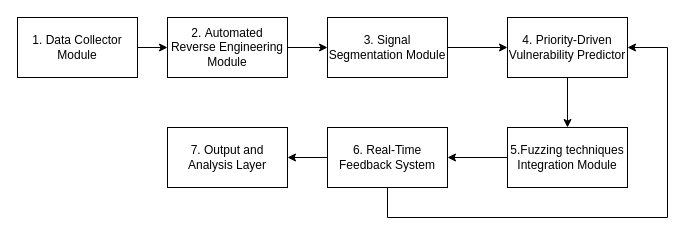
Above: Untitled Diagram.drawio in Asabeneh/30-Days-Of-Python (draw.io), before the change. Source tidied: cells renumbered, new cells numbered last; positions are measured from the earlier drawing's top-left corner, leaving out a move shared by most shapes. Both pictures are drawn from the tidied source at 100%, with x=0, y=0 at pixel (17, 17).
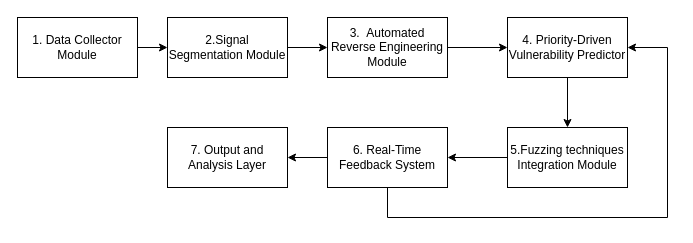
After the change.

Diff of the diagram source:
```diff
@@
 <mxGraphModel>
   <root>
     <mxCell id="0" />
     <mxCell id="1" parent="0" />
     <mxCell id="2" style="edgeStyle=orthogonalEdgeStyle;rounded=0;jettySize=auto;html=1;" parent="1" edge="1" source="3" target="5">
       <mxGeometry relative="1" as="geometry" />
     </mxCell>
-    <mxCell id="3" value="2.&amp;nbsp;Automated Reverse Engineering Module" style="rounded=0;whiteSpace=wrap;html=1;" parent="1" vertex="1">
+    <mxCell id="3" value="2.Signal Segmentation Module&lt;br&gt;" style="rounded=0;whiteSpace=wrap;html=1;" parent="1" vertex="1">
       <mxGeometry x="150" width="120" height="60" as="geometry" />
     </mxCell>
     <mxCell id="4" style="edgeStyle=orthogonalEdgeStyle;rounded=0;jettySize=auto;html=1;" parent="1" edge="1" source="5" target="7">
       <mxGeometry relative="1" as="geometry" />
     </mxCell>
-    <mxCell id="5" value="3.&amp;nbsp;Signal Segmentation Module" style="rounded=0;whiteSpace=wrap;html=1;" parent="1" vertex="1">
+    <mxCell id="5" value="3.&amp;nbsp;&amp;nbsp;Automated Reverse Engineering Module" style="rounded=0;whiteSpace=wrap;html=1;" parent="1" vertex="1">
       <mxGeometry x="310" width="120" height="60" as="geometry" />
     </mxCell>
     <mxCell id="6" style="edgeStyle=orthogonalEdgeStyle;rounded=0;jettySize=auto;html=1;" parent="1" edge="1" source="7" target="9">
       <mxGeometry relative="1" as="geometry" />
     </mxCell>
     <mxCell id="7" value="4.&amp;nbsp;Priority-Driven Vulnerability Predictor" style="rounded=0;whiteSpace=wrap;html=1;" parent="1" vertex="1">
       <mxGeometry x="490" width="120" height="60" as="geometry" />
     </mxCell>
     <mxCell id="8" style="edgeStyle=orthogonalEdgeStyle;rounded=0;jettySize=auto;html=1;" parent="1" edge="1" source="9" target="14">
       <mxGeometry relative="1" as="geometry" />
     </mxCell>
     <mxCell id="9" value="5.Fuzzing techniques Integration Module" style="rounded=0;whiteSpace=wrap;html=1;" parent="1" vertex="1">
       <mxGeometry x="490" y="110" width="120" height="60" as="geometry" />
     </mxCell>
     <mxCell id="10" style="edgeStyle=orthogonalEdgeStyle;rounded=0;jettySize=auto;html=1;" parent="1" edge="1" source="11" target="3">
       <mxGeometry relative="1" as="geometry" />
     </mxCell>
     <mxCell id="11" value="1.&amp;nbsp;Data Collector Module" style="rounded=0;whiteSpace=wrap;html=1;" parent="1" vertex="1">
       <mxGeometry width="120" height="60" as="geometry" />
     </mxCell>
     <mxCell id="12" style="edgeStyle=orthogonalEdgeStyle;rounded=0;jettySize=auto;html=1;" parent="1" edge="1" source="14" target="15">
       <mxGeometry relative="1" as="geometry" />
     </mxCell>
     <mxCell id="13" style="edgeStyle=orthogonalEdgeStyle;rounded=0;jettySize=auto;html=1;entryX=1;entryY=0.5;entryDx=0;entryDy=0;" parent="1" edge="1" source="14" target="7">
       <mxGeometry relative="1" as="geometry">
         <Array as="points">
           <mxPoint x="370" y="200" />
           <mxPoint x="650" y="200" />
           <mxPoint x="650" y="30" />
         </Array>
       </mxGeometry>
     </mxCell>
     <mxCell id="14" value="6.&amp;nbsp;Real-Time Feedback System" style="rounded=0;whiteSpace=wrap;html=1;direction=west;" parent="1" vertex="1">
       <mxGeometry x="310" y="110" width="120" height="60" as="geometry" />
     </mxCell>
     <mxCell id="15" value="7.&amp;nbsp;Output and Analysis Layer" style="rounded=0;whiteSpace=wrap;html=1;" parent="1" vertex="1">
       <mxGeometry x="150" y="110" width="120" height="60" as="geometry" />
     </mxCell>
   </root>
 </mxGraphModel>
```
